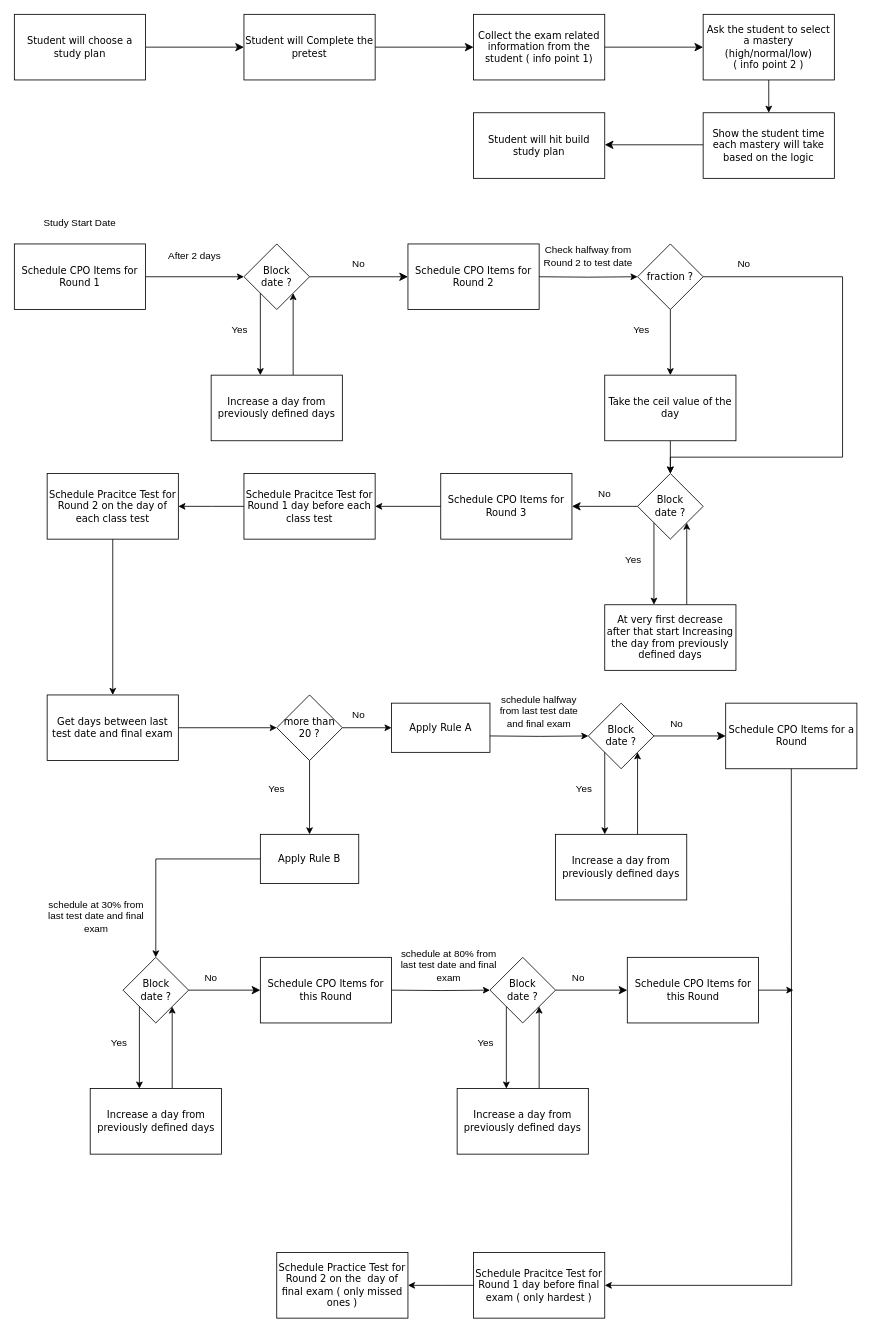
This is Untitled Diagram.drawio from geekyoperand/test, a draw.io file, before an edit. Source tidied: cells renumbered, new cells numbered last; positions are measured from the earlier drawing's top-left corner, leaving out a move shared by most shapes. Both pictures are drawn from the tidied source at 82%, with x=0, y=0 at pixel (14, 14).
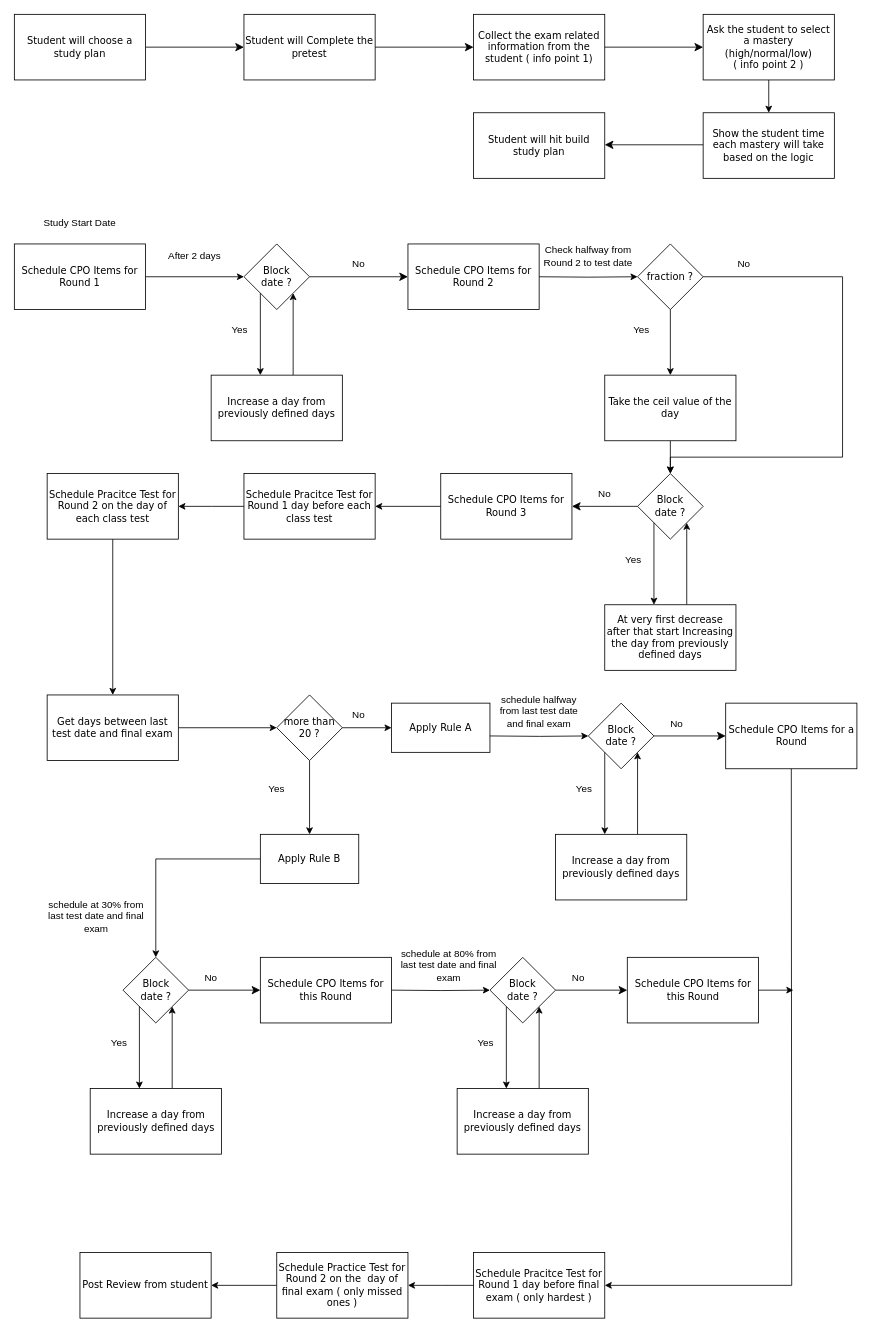
After the change.

The change refers to these unchanged cells:
```xml
<mxCell id="68" value="Schedule Practice Test for Round 2 on the&amp;nbsp; day of final exam ( only missed ones )" style="whiteSpace=wrap;html=1;rounded=0;shadow=0;comic=0;labelBackgroundColor=none;strokeWidth=1;fontFamily=Verdana;fontSize=12;align=center;" parent="1" vertex="1">
  <mxGeometry x="320" y="1510" width="160" height="80" as="geometry" />
</mxCell>
```

The edit, as a diff of the source:
```diff
@@
+    <mxCell id="92" style="edgeStyle=orthogonalEdgeStyle;rounded=0;jettySize=auto;html=1;" parent="1" edge="1" source="68" target="93">
+      <mxGeometry relative="1" as="geometry" />
+    </mxCell>
@@
+    <mxCell id="93" value="Post Review from student" style="whiteSpace=wrap;html=1;rounded=0;shadow=0;comic=0;labelBackgroundColor=none;strokeWidth=1;fontFamily=Verdana;fontSize=12;align=center;" parent="1" vertex="1">
+      <mxGeometry x="80" y="1510" width="160" height="80" as="geometry" />
+    </mxCell>
```
